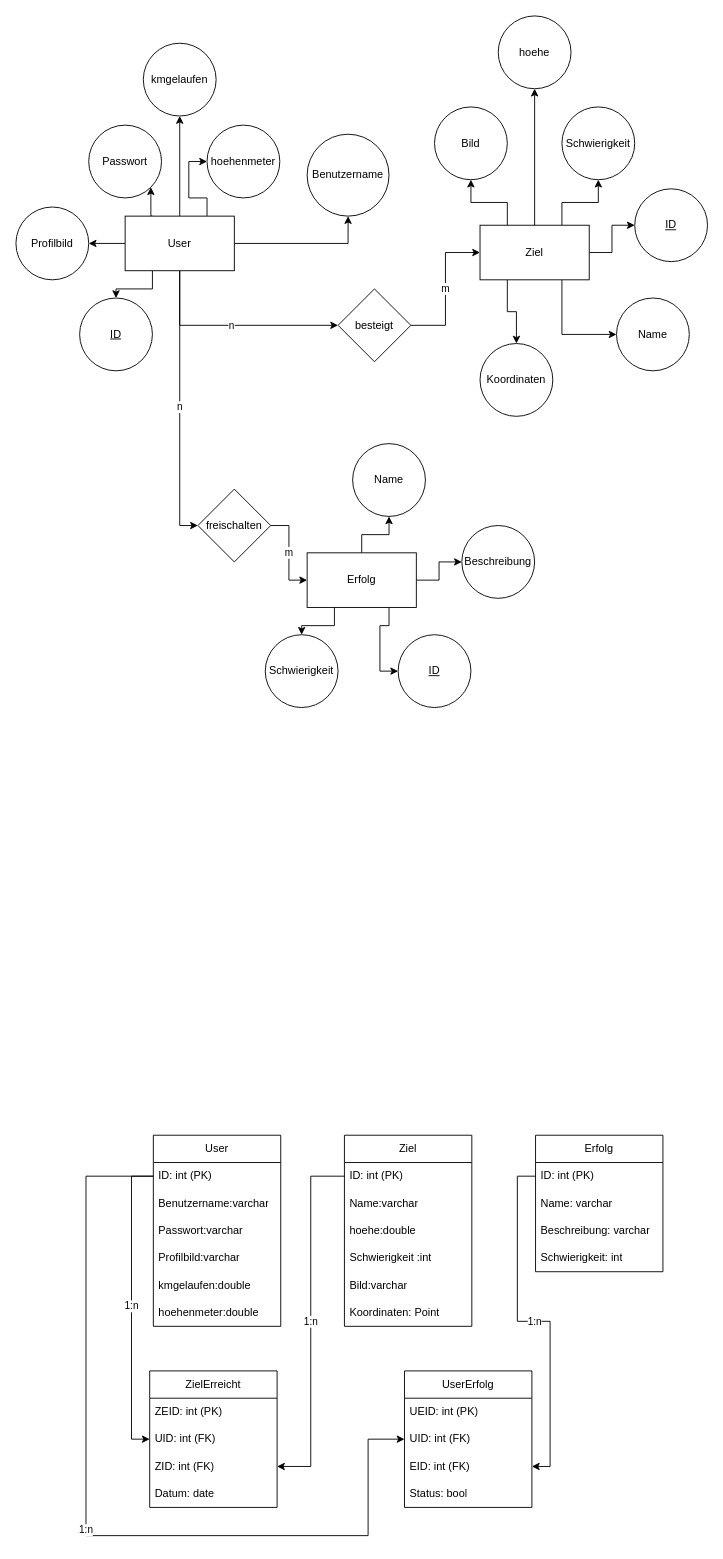
BlJanosch/Hermes keeps this draw.io diagram as doc/ERM_RM.drawio. Above is the earlier version. Source tidied: cells renumbered, new cells numbered last; positions are measured from the earlier drawing's top-left corner, leaving out a move shared by most shapes. Both pictures are drawn from the tidied source at 91%, with x=0, y=0 at pixel (15, 15).
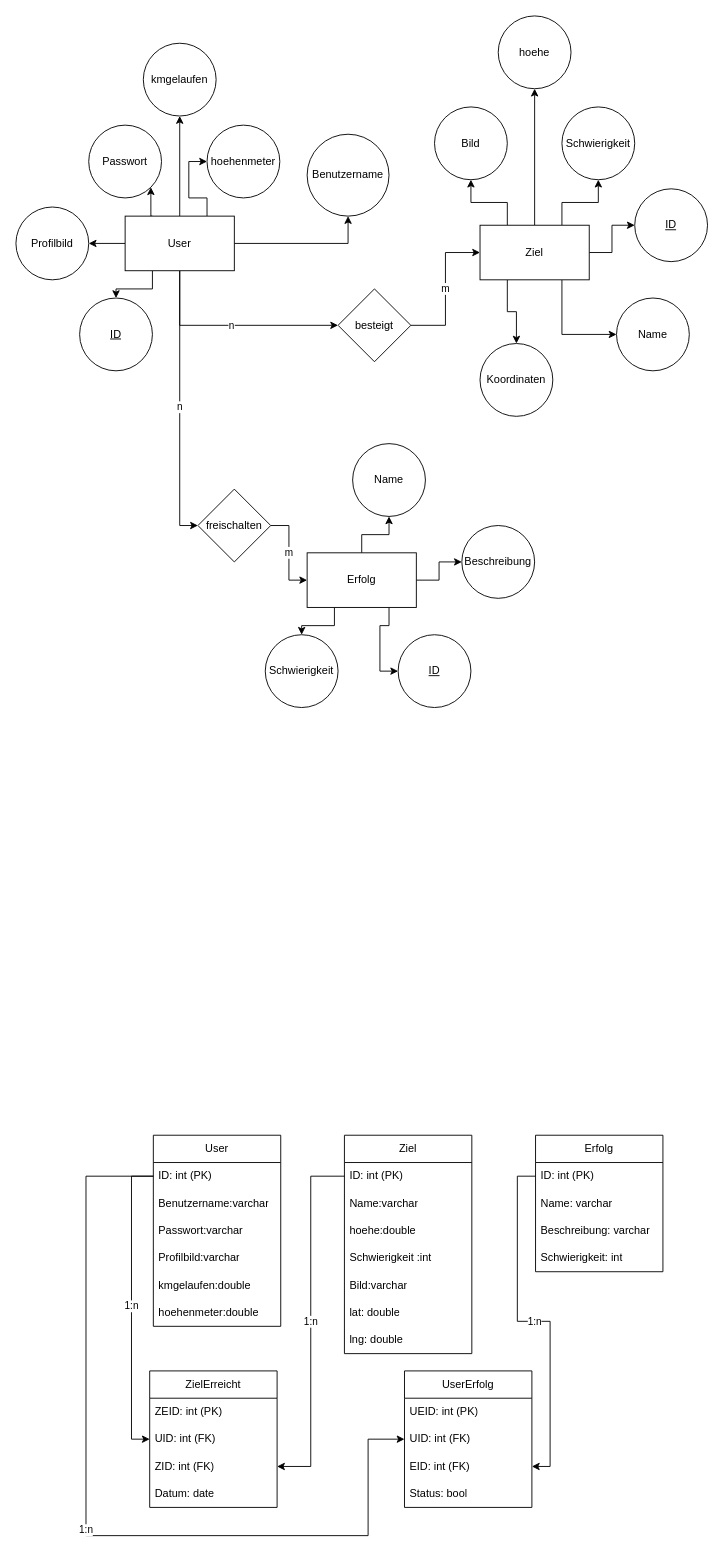
Above is the later version.

The edit, as a diff of the source:
```diff
@@
     <mxCell id="48" value="Ziel" style="swimlane;fontStyle=0;horizontal=1;startSize=30;whiteSpace=wrap;html=1;" parent="1" vertex="1">
-      <mxGeometry x="361" y="1230" width="140" height="210" as="geometry" />
+      <mxGeometry x="361" y="1230" width="140" height="240" as="geometry" />
     </mxCell>
@@
-    <mxCell id="54" value="Koordinaten: Point" style="text;strokeColor=none;fillColor=none;align=left;verticalAlign=middle;spacingLeft=4;spacingRight=4;overflow=hidden;whiteSpace=wrap;html=1;" parent="48" vertex="1">
+    <mxCell id="54" value="lat: double" style="text;strokeColor=none;fillColor=none;align=left;verticalAlign=middle;spacingLeft=4;spacingRight=4;overflow=hidden;whiteSpace=wrap;html=1;" parent="48" vertex="1">
       <mxGeometry y="180" width="140" height="30" as="geometry" />
     </mxCell>
+    <mxCell id="76" value="lng: double" style="text;strokeColor=none;fillColor=none;align=left;verticalAlign=middle;spacingLeft=4;spacingRight=4;overflow=hidden;whiteSpace=wrap;html=1;" parent="48" vertex="1">
+      <mxGeometry y="210" width="140" height="30" as="geometry" />
+    </mxCell>
```
